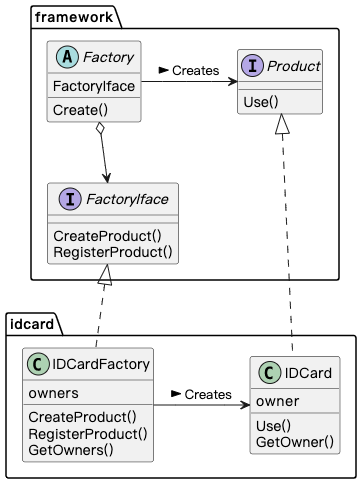
The PlantUML diagram 04_factory_method/factory_method.png in A11Might/golang-design-pattern, before a commit. Its source is kept beside it as 04_factory_method/factory_method.puml.
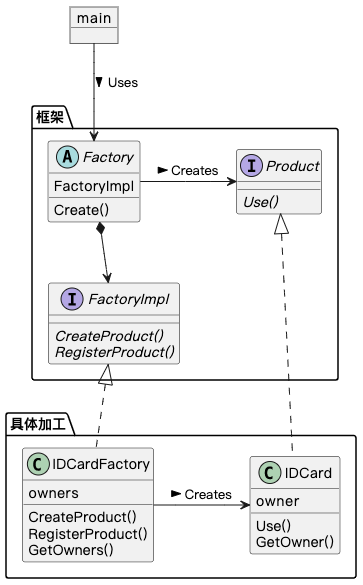
After the commit.

Commit message:
prefect factory method pattern

Change to the diagram source:
```diff
@@ -1,19 +1,20 @@
 @startuml
 
-package framework {
+object main
+package 框架 {
     interface Product {
-        Use()
+        {abstract}Use()
     }
-    interface FactoryIface {
-        CreateProduct()
-        RegisterProduct()
+    interface FactoryImpl {
+        {abstract}CreateProduct()
+        {abstract}RegisterProduct()
     }
     abstract class Factory {
-        FactoryIface
+        FactoryImpl
         Create()
     }
 }
-package idcard {
+package 具体加工 {
     class IDCard {
         owner
         Use()
@@ -27,10 +28,10 @@
     }
 }
 
+main --> Factory: Uses >
 Factory -> Product: Creates >
-
-Factory o--> FactoryIface
-FactoryIface <|.. IDCardFactory
+Factory *--> FactoryImpl
+FactoryImpl <|.. IDCardFactory
 IDCardFactory -> IDCard: Creates >
 Product <|.. IDCard
 
```
